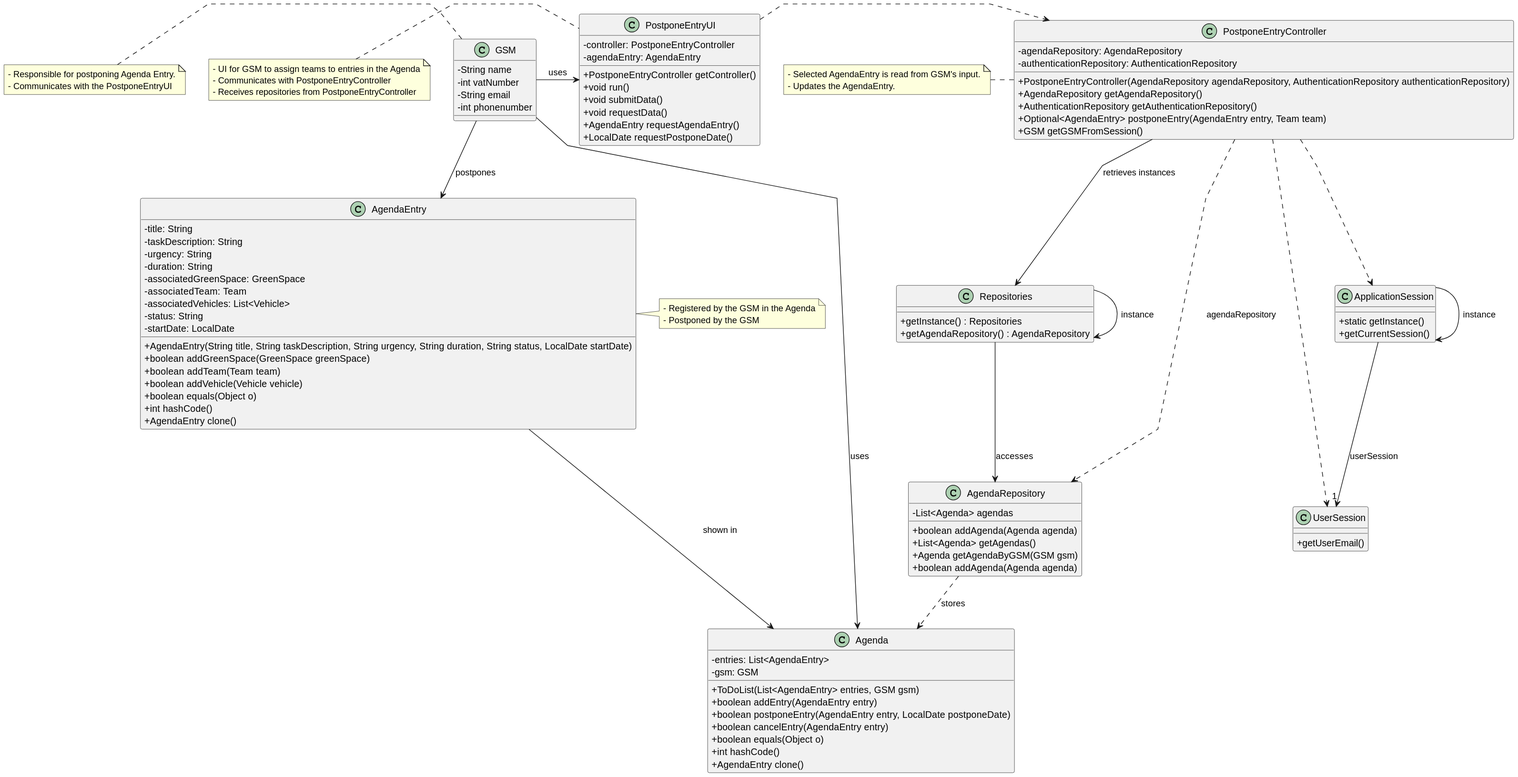
tiagosoa/lei-24-s2-1dgh-g073 keeps this PlantUML diagram as docs/sprint3/us024/03.design/svg/us024-class-diagram.svg. Above is the earlier version.
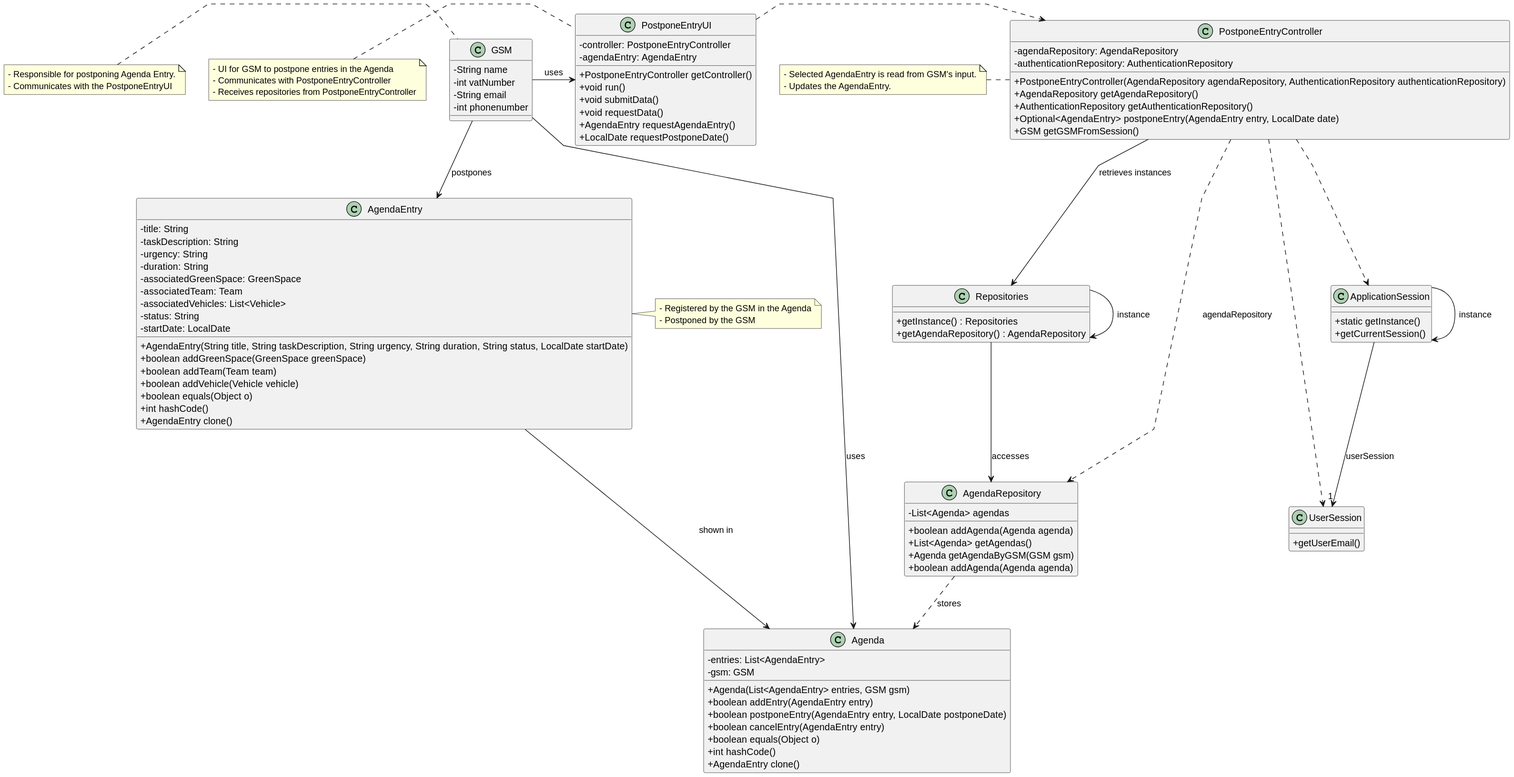
The same file after the commit.

What changed in the source:
```diff
@@ -38,7 +38,7 @@
 class Agenda {
     - entries: List<AgendaEntry>
     - gsm: GSM
-    + ToDoList(List<AgendaEntry> entries, GSM gsm)
+    + Agenda(List<AgendaEntry> entries, GSM gsm)
     + boolean addEntry(AgendaEntry entry)
     + boolean postponeEntry(AgendaEntry entry, LocalDate postponeDate)
     + boolean cancelEntry(AgendaEntry entry)
@@ -77,7 +77,7 @@
   + PostponeEntryController(AgendaRepository agendaRepository, AuthenticationRepository authenticationRepository)
   + AgendaRepository getAgendaRepository()
   + AuthenticationRepository getAuthenticationRepository()
-  + Optional<AgendaEntry> postponeEntry(AgendaEntry entry, Team team)
+  + Optional<AgendaEntry> postponeEntry(AgendaEntry entry, LocalDate date)
   + GSM getGSMFromSession()
 }
 
@@ -99,7 +99,7 @@
 end note
 
 note left of PostponeEntryUI
-  - UI for GSM to assign teams to entries in the Agenda
+  - UI for GSM to postpone entries in the Agenda
   - Communicates with PostponeEntryController
   - Receives repositories from PostponeEntryController
 end note
```
